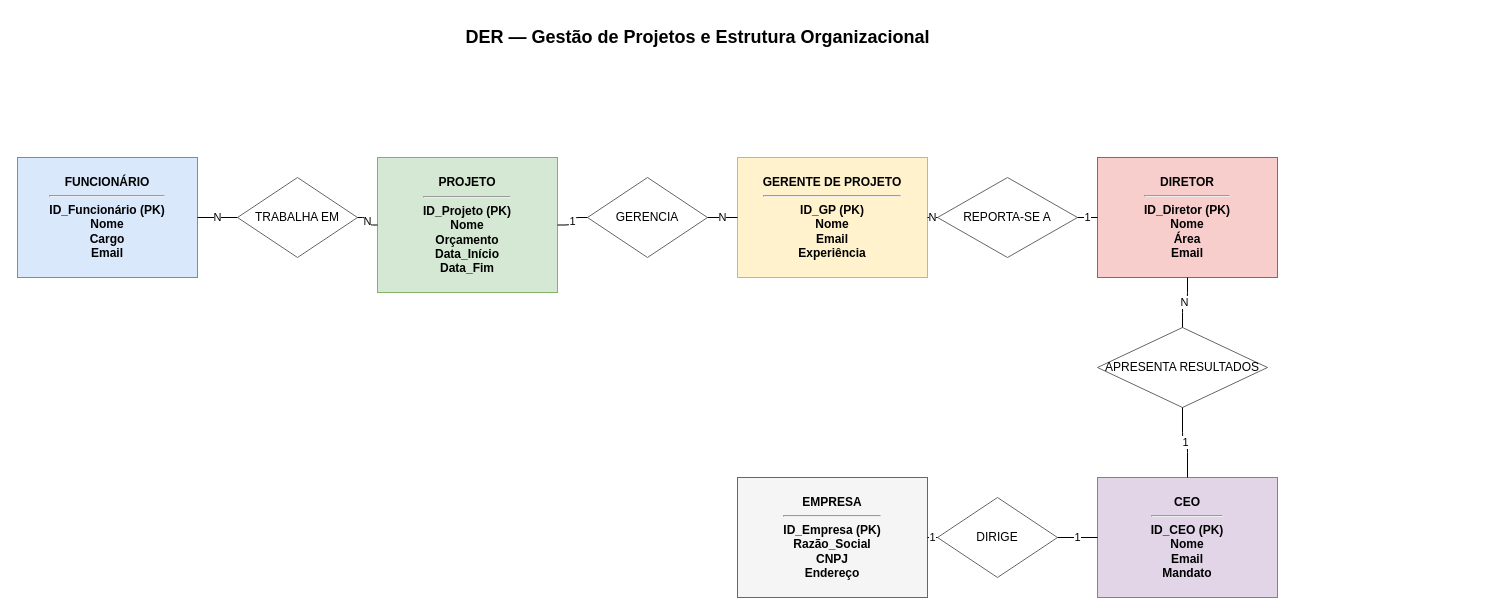
ppfuark/2_IF_ADS keeps this draw.io diagram as DB_26.08_Exer_2.drawio. Above is the earlier version. Source tidied: cells renumbered, new cells numbered last; positions are measured from the earlier drawing's top-left corner, leaving out a move shared by most shapes. Both pictures are drawn from the tidied source at 100%, with x=0, y=0 at pixel (17, 17).
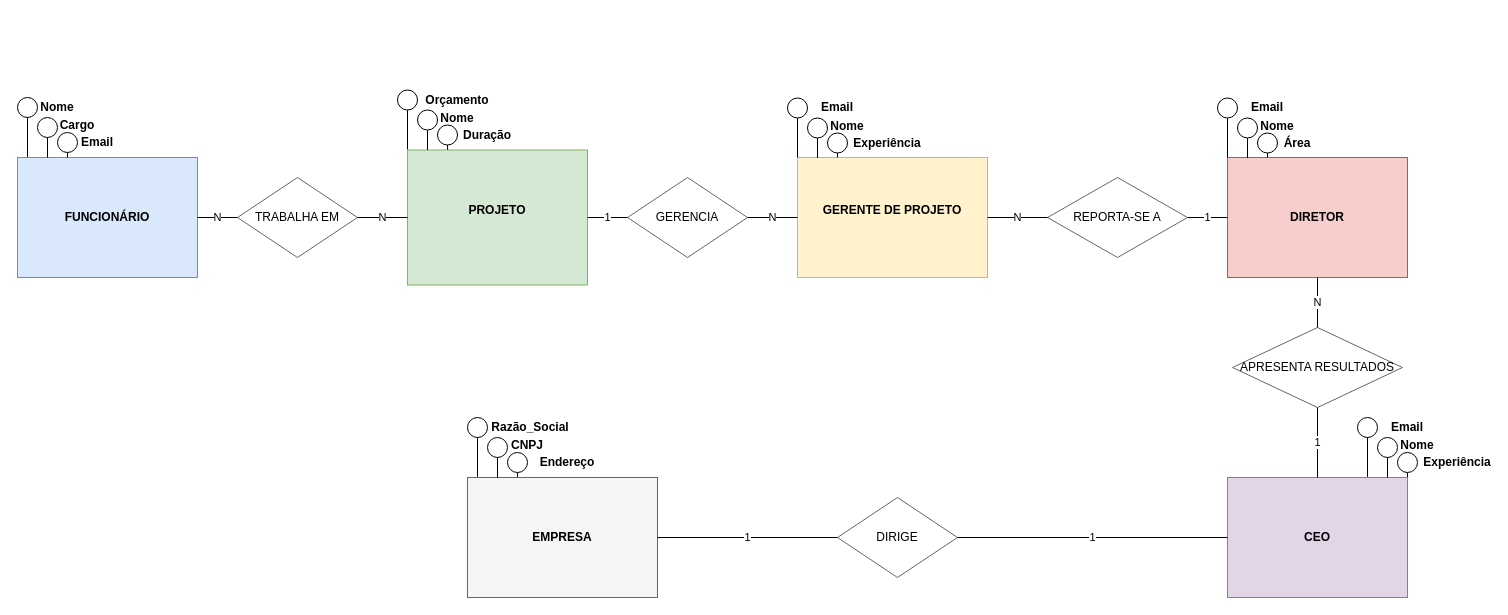
The same diagram, later.

Diff of the diagram source:
```diff
@@
-    <mxCell id="2" value="DER — Gestão de Projetos e Estrutura Organizacional" style="text;html=1;fontStyle=1;fontSize=18;align=center;verticalAlign=middle;" parent="1" vertex="1">
-      <mxGeometry x="180" width="1000" height="40" as="geometry" />
-    </mxCell>
-    <mxCell id="3" value="FUNCIONÁRIO&lt;br&gt;&lt;hr&gt;ID_Funcionário (PK)&lt;br&gt;Nome&lt;br&gt;Cargo&lt;br&gt;Email" style="rounded=0;whiteSpace=wrap;html=1;fillColor=#dae8fc;strokeColor=#6c8ebf;fontStyle=1;" parent="1" vertex="1">
+    <mxCell id="3" value="FUNCIONÁRIO" style="rounded=0;whiteSpace=wrap;html=1;fillColor=#dae8fc;strokeColor=#6c8ebf;fontStyle=1;" parent="1" vertex="1">
       <mxGeometry y="140" width="180" height="120" as="geometry" />
     </mxCell>
-    <mxCell id="4" value="PROJETO&lt;br&gt;&lt;hr&gt;ID_Projeto (PK)&lt;br&gt;Nome&lt;br&gt;Orçamento&lt;br&gt;Data_Início&lt;br&gt;Data_Fim" style="rounded=0;whiteSpace=wrap;html=1;fillColor=#d5e8d4;strokeColor=#82b366;fontStyle=1;" parent="1" vertex="1">
-      <mxGeometry x="360" y="140" width="180" height="135" as="geometry" />
+    <mxCell id="4" value="PROJETO&lt;div&gt;&lt;br/&gt;&lt;/div&gt;" style="rounded=0;whiteSpace=wrap;html=1;fillColor=#d5e8d4;strokeColor=#82b366;fontStyle=1;" parent="1" vertex="1">
+      <mxGeometry x="390" y="132.5" width="180" height="135" as="geometry" />
     </mxCell>
-    <mxCell id="5" value="GERENTE DE PROJETO&lt;br&gt;&lt;hr&gt;ID_GP (PK)&lt;br&gt;Nome&lt;br&gt;Email&lt;br&gt;Experiência" style="rounded=0;whiteSpace=wrap;html=1;fillColor=#fff2cc;strokeColor=#d6b656;fontStyle=1;" parent="1" vertex="1">
-      <mxGeometry x="720" y="140" width="190" height="120" as="geometry" />
+    <mxCell id="5" value="GERENTE DE PROJETO&lt;div&gt;&lt;br/&gt;&lt;/div&gt;" style="rounded=0;whiteSpace=wrap;html=1;fillColor=#fff2cc;strokeColor=#d6b656;fontStyle=1;" parent="1" vertex="1">
+      <mxGeometry x="780" y="140" width="190" height="120" as="geometry" />
     </mxCell>
-    <mxCell id="6" value="DIRETOR&lt;br&gt;&lt;hr&gt;ID_Diretor (PK)&lt;br&gt;Nome&lt;br&gt;Área&lt;br&gt;Email" style="rounded=0;whiteSpace=wrap;html=1;fillColor=#f8cecc;strokeColor=#b85450;fontStyle=1;" parent="1" vertex="1">
-      <mxGeometry x="1080" y="140" width="180" height="120" as="geometry" />
+    <mxCell id="6" value="DIRETOR" style="rounded=0;whiteSpace=wrap;html=1;fillColor=#f8cecc;strokeColor=#b85450;fontStyle=1;" parent="1" vertex="1">
+      <mxGeometry x="1210" y="140" width="180" height="120" as="geometry" />
     </mxCell>
-    <mxCell id="7" value="CEO&lt;br&gt;&lt;hr&gt;ID_CEO (PK)&lt;br&gt;Nome&lt;br&gt;Email&lt;br&gt;Mandato" style="rounded=0;whiteSpace=wrap;html=1;fillColor=#e1d5e7;strokeColor=#9673a6;fontStyle=1;" parent="1" vertex="1">
-      <mxGeometry x="1080" y="460" width="180" height="120" as="geometry" />
+    <mxCell id="7" value="CEO" style="rounded=0;whiteSpace=wrap;html=1;fillColor=#e1d5e7;strokeColor=#9673a6;fontStyle=1;" parent="1" vertex="1">
+      <mxGeometry x="1210" y="460" width="180" height="120" as="geometry" />
     </mxCell>
-    <mxCell id="8" value="EMPRESA&lt;br&gt;&lt;hr&gt;ID_Empresa (PK)&lt;br&gt;Razão_Social&lt;br&gt;CNPJ&lt;br&gt;Endereço" style="rounded=0;whiteSpace=wrap;html=1;fillColor=#f5f5f5;strokeColor=#666666;fontStyle=1;" parent="1" vertex="1">
-      <mxGeometry x="720" y="460" width="190" height="120" as="geometry" />
+    <mxCell id="8" value="EMPRESA" style="rounded=0;whiteSpace=wrap;html=1;fillColor=#f5f5f5;strokeColor=#666666;fontStyle=1;" parent="1" vertex="1">
+      <mxGeometry x="450" y="460" width="190" height="120" as="geometry" />
     </mxCell>
@@
     <mxCell id="10" value="GERENCIA" style="rhombus;whiteSpace=wrap;html=1;fillColor=#ffffff;strokeColor=#666666;" parent="1" vertex="1">
-      <mxGeometry x="570" y="160" width="120" height="80" as="geometry" />
+      <mxGeometry x="610" y="160" width="120" height="80" as="geometry" />
     </mxCell>
     <mxCell id="11" value="REPORTA-SE A" style="rhombus;whiteSpace=wrap;html=1;fillColor=#ffffff;strokeColor=#666666;" parent="1" vertex="1">
-      <mxGeometry x="920" y="160" width="140" height="80" as="geometry" />
+      <mxGeometry x="1030" y="160" width="140" height="80" as="geometry" />
     </mxCell>
     <mxCell id="12" value="APRESENTA RESULTADOS" style="rhombus;whiteSpace=wrap;html=1;fillColor=#ffffff;strokeColor=#666666;" parent="1" vertex="1">
-      <mxGeometry x="1080" y="310" width="170" height="80" as="geometry" />
+      <mxGeometry x="1215" y="310" width="170" height="80" as="geometry" />
     </mxCell>
     <mxCell id="13" value="DIRIGE" style="rhombus;whiteSpace=wrap;html=1;fillColor=#ffffff;strokeColor=#666666;" parent="1" vertex="1">
-      <mxGeometry x="920" y="480" width="120" height="80" as="geometry" />
+      <mxGeometry x="820" y="480" width="120" height="80" as="geometry" />
     </mxCell>
@@
+    <mxCell id="24" value="&lt;div&gt;&lt;br/&gt;&lt;/div&gt;" style="ellipse;whiteSpace=wrap;html=1;shapeInside=1;" parent="1" vertex="1">
+      <mxGeometry y="80" width="20" height="20" as="geometry" />
+    </mxCell>
+    <mxCell id="25" style="endArrow=none;html=1;rounded=0;entryX=0.5;entryY=1;entryDx=0;entryDy=0;" parent="1" edge="1" target="24">
+      <mxGeometry relative="1" as="geometry">
+        <mxPoint x="10" y="139.4" as="sourcePoint" />
+      </mxGeometry>
+    </mxCell>
+    <mxCell id="26" value="&lt;span style=&quot;font-weight: 700;&quot;&gt;Nome&lt;/span&gt;" style="text;html=1;whiteSpace=wrap;strokeColor=none;fillColor=none;align=center;verticalAlign=middle;rounded=0;" parent="1" vertex="1">
+      <mxGeometry x="10" y="75" width="60" height="30" as="geometry" />
+    </mxCell>
+    <mxCell id="27" value="&lt;div&gt;&lt;br/&gt;&lt;/div&gt;" style="ellipse;whiteSpace=wrap;html=1;shapeInside=1;" parent="1" vertex="1">
+      <mxGeometry x="20" y="100" width="20" height="20" as="geometry" />
+    </mxCell>
+    <mxCell id="28" style="endArrow=none;html=1;rounded=0;entryX=0.5;entryY=1;entryDx=0;entryDy=0;" parent="1" edge="1" target="27">
+      <mxGeometry relative="1" as="geometry">
+        <mxPoint x="30" y="140" as="sourcePoint" />
+      </mxGeometry>
+    </mxCell>
+    <mxCell id="29" value="&lt;span style=&quot;font-weight: 700;&quot;&gt;Cargo&lt;/span&gt;" style="text;html=1;whiteSpace=wrap;strokeColor=none;fillColor=none;align=center;verticalAlign=middle;rounded=0;" parent="1" vertex="1">
+      <mxGeometry x="30" y="93" width="60" height="30" as="geometry" />
+    </mxCell>
+    <mxCell id="30" value="&lt;span style=&quot;font-weight: 700;&quot;&gt;Email&lt;/span&gt;" style="text;html=1;whiteSpace=wrap;strokeColor=none;fillColor=none;align=center;verticalAlign=middle;rounded=0;" parent="1" vertex="1">
+      <mxGeometry x="50" y="110" width="60" height="30" as="geometry" />
+    </mxCell>
+    <mxCell id="31" value="&lt;div&gt;&lt;br/&gt;&lt;/div&gt;" style="ellipse;whiteSpace=wrap;html=1;shapeInside=1;" parent="1" vertex="1">
+      <mxGeometry x="40" y="115" width="20" height="20" as="geometry" />
+    </mxCell>
+    <mxCell id="32" style="endArrow=none;html=1;rounded=0;entryX=0.5;entryY=1;entryDx=0;entryDy=0;exitX=0;exitY=1;exitDx=0;exitDy=0;" parent="1" edge="1" source="30" target="31">
+      <mxGeometry relative="1" as="geometry" />
+    </mxCell>
+    <mxCell id="33" value="&lt;div&gt;&lt;br/&gt;&lt;/div&gt;" style="ellipse;whiteSpace=wrap;html=1;shapeInside=1;" parent="1" vertex="1">
+      <mxGeometry x="380" y="72.5" width="20" height="20" as="geometry" />
+    </mxCell>
+    <mxCell id="34" style="endArrow=none;html=1;rounded=0;entryX=0.5;entryY=1;entryDx=0;entryDy=0;" parent="1" edge="1" target="33">
+      <mxGeometry relative="1" as="geometry">
+        <mxPoint x="390" y="131.9" as="sourcePoint" />
+      </mxGeometry>
+    </mxCell>
+    <mxCell id="35" value="&lt;span style=&quot;font-weight: 700;&quot;&gt;Orçamento&lt;/span&gt;" style="text;html=1;whiteSpace=wrap;strokeColor=none;fillColor=none;align=center;verticalAlign=middle;rounded=0;" parent="1" vertex="1">
+      <mxGeometry x="410" y="67.5" width="60" height="30" as="geometry" />
+    </mxCell>
+    <mxCell id="36" value="&lt;div&gt;&lt;br/&gt;&lt;/div&gt;" style="ellipse;whiteSpace=wrap;html=1;shapeInside=1;" parent="1" vertex="1">
+      <mxGeometry x="400" y="92.5" width="20" height="20" as="geometry" />
+    </mxCell>
+    <mxCell id="37" style="endArrow=none;html=1;rounded=0;entryX=0.5;entryY=1;entryDx=0;entryDy=0;" parent="1" edge="1" target="36">
+      <mxGeometry relative="1" as="geometry">
+        <mxPoint x="410" y="132.5" as="sourcePoint" />
+      </mxGeometry>
+    </mxCell>
+    <mxCell id="38" value="&lt;span style=&quot;font-weight: 700;&quot;&gt;Nome&lt;/span&gt;" style="text;html=1;whiteSpace=wrap;strokeColor=none;fillColor=none;align=center;verticalAlign=middle;rounded=0;" parent="1" vertex="1">
+      <mxGeometry x="410" y="85.5" width="60" height="30" as="geometry" />
+    </mxCell>
+    <mxCell id="39" value="&lt;span style=&quot;font-weight: 700;&quot;&gt;Duração&lt;/span&gt;" style="text;html=1;whiteSpace=wrap;strokeColor=none;fillColor=none;align=center;verticalAlign=middle;rounded=0;" parent="1" vertex="1">
+      <mxGeometry x="440" y="102.5" width="60" height="30" as="geometry" />
+    </mxCell>
+    <mxCell id="40" value="&lt;div&gt;&lt;br/&gt;&lt;/div&gt;" style="ellipse;whiteSpace=wrap;html=1;shapeInside=1;" parent="1" vertex="1">
+      <mxGeometry x="420" y="107.5" width="20" height="20" as="geometry" />
+    </mxCell>
+    <mxCell id="41" style="endArrow=none;html=1;rounded=0;entryX=0.5;entryY=1;entryDx=0;entryDy=0;exitX=0.223;exitY=-0.001;exitDx=0;exitDy=0;exitPerimeter=0;" parent="1" edge="1" source="4" target="40">
+      <mxGeometry relative="1" as="geometry" />
+    </mxCell>
+    <mxCell id="42" value="&lt;div&gt;&lt;br/&gt;&lt;/div&gt;" style="ellipse;whiteSpace=wrap;html=1;shapeInside=1;" parent="1" vertex="1">
+      <mxGeometry x="770" y="80.5" width="20" height="20" as="geometry" />
+    </mxCell>
+    <mxCell id="43" style="endArrow=none;html=1;rounded=0;entryX=0.5;entryY=1;entryDx=0;entryDy=0;" parent="1" edge="1" target="42">
+      <mxGeometry relative="1" as="geometry">
+        <mxPoint x="780" y="139.9" as="sourcePoint" />
+      </mxGeometry>
+    </mxCell>
+    <mxCell id="44" value="&lt;span style=&quot;font-weight: 700;&quot;&gt;Email&lt;/span&gt;" style="text;html=1;whiteSpace=wrap;strokeColor=none;fillColor=none;align=center;verticalAlign=middle;rounded=0;" parent="1" vertex="1">
+      <mxGeometry x="790" y="75" width="60" height="30" as="geometry" />
+    </mxCell>
+    <mxCell id="45" value="&lt;div&gt;&lt;br/&gt;&lt;/div&gt;" style="ellipse;whiteSpace=wrap;html=1;shapeInside=1;" parent="1" vertex="1">
+      <mxGeometry x="790" y="100.5" width="20" height="20" as="geometry" />
+    </mxCell>
+    <mxCell id="46" style="endArrow=none;html=1;rounded=0;entryX=0.5;entryY=1;entryDx=0;entryDy=0;" parent="1" edge="1" target="45">
+      <mxGeometry relative="1" as="geometry">
+        <mxPoint x="800" y="140.5" as="sourcePoint" />
+      </mxGeometry>
+    </mxCell>
+    <mxCell id="47" value="&lt;span style=&quot;font-weight: 700;&quot;&gt;Nome&lt;/span&gt;" style="text;html=1;whiteSpace=wrap;strokeColor=none;fillColor=none;align=center;verticalAlign=middle;rounded=0;" parent="1" vertex="1">
+      <mxGeometry x="800" y="93.5" width="60" height="30" as="geometry" />
+    </mxCell>
+    <mxCell id="48" value="&lt;span style=&quot;font-weight: 700;&quot;&gt;Experiência&lt;/span&gt;" style="text;html=1;whiteSpace=wrap;strokeColor=none;fillColor=none;align=center;verticalAlign=middle;rounded=0;" parent="1" vertex="1">
+      <mxGeometry x="840" y="110.5" width="60" height="30" as="geometry" />
+    </mxCell>
+    <mxCell id="49" value="&lt;div&gt;&lt;br/&gt;&lt;/div&gt;" style="ellipse;whiteSpace=wrap;html=1;shapeInside=1;" parent="1" vertex="1">
+      <mxGeometry x="810" y="115.5" width="20" height="20" as="geometry" />
+    </mxCell>
+    <mxCell id="50" style="endArrow=none;html=1;rounded=0;entryX=0.5;entryY=1;entryDx=0;entryDy=0;exitX=0.223;exitY=-0.001;exitDx=0;exitDy=0;exitPerimeter=0;" parent="1" edge="1" target="49">
+      <mxGeometry relative="1" as="geometry">
+        <mxPoint x="820" y="140" as="sourcePoint" />
+      </mxGeometry>
+    </mxCell>
+    <mxCell id="51" value="&lt;div&gt;&lt;br/&gt;&lt;/div&gt;" style="ellipse;whiteSpace=wrap;html=1;shapeInside=1;" parent="1" vertex="1">
+      <mxGeometry x="1200" y="80.5" width="20" height="20" as="geometry" />
+    </mxCell>
+    <mxCell id="52" style="endArrow=none;html=1;rounded=0;entryX=0.5;entryY=1;entryDx=0;entryDy=0;" parent="1" edge="1" target="51">
+      <mxGeometry relative="1" as="geometry">
+        <mxPoint x="1210" y="139.9" as="sourcePoint" />
+      </mxGeometry>
+    </mxCell>
+    <mxCell id="53" value="&lt;span style=&quot;font-weight: 700;&quot;&gt;Email&lt;/span&gt;" style="text;html=1;whiteSpace=wrap;strokeColor=none;fillColor=none;align=center;verticalAlign=middle;rounded=0;" parent="1" vertex="1">
+      <mxGeometry x="1220" y="75" width="60" height="30" as="geometry" />
+    </mxCell>
+    <mxCell id="54" value="&lt;div&gt;&lt;br/&gt;&lt;/div&gt;" style="ellipse;whiteSpace=wrap;html=1;shapeInside=1;" parent="1" vertex="1">
+      <mxGeometry x="1220" y="100.5" width="20" height="20" as="geometry" />
+    </mxCell>
+    <mxCell id="55" style="endArrow=none;html=1;rounded=0;entryX=0.5;entryY=1;entryDx=0;entryDy=0;" parent="1" edge="1" target="54">
+      <mxGeometry relative="1" as="geometry">
+        <mxPoint x="1230" y="140.5" as="sourcePoint" />
+      </mxGeometry>
+    </mxCell>
+    <mxCell id="56" value="&lt;span style=&quot;font-weight: 700;&quot;&gt;Nome&lt;/span&gt;" style="text;html=1;whiteSpace=wrap;strokeColor=none;fillColor=none;align=center;verticalAlign=middle;rounded=0;" parent="1" vertex="1">
+      <mxGeometry x="1230" y="93.5" width="60" height="30" as="geometry" />
+    </mxCell>
+    <mxCell id="57" value="&lt;span style=&quot;font-weight: 700;&quot;&gt;Área&lt;/span&gt;" style="text;html=1;whiteSpace=wrap;strokeColor=none;fillColor=none;align=center;verticalAlign=middle;rounded=0;" parent="1" vertex="1">
+      <mxGeometry x="1250" y="110.5" width="60" height="30" as="geometry" />
+    </mxCell>
+    <mxCell id="58" value="&lt;div&gt;&lt;br/&gt;&lt;/div&gt;" style="ellipse;whiteSpace=wrap;html=1;shapeInside=1;" parent="1" vertex="1">
+      <mxGeometry x="1240" y="115.5" width="20" height="20" as="geometry" />
+    </mxCell>
+    <mxCell id="59" style="endArrow=none;html=1;rounded=0;entryX=0.5;entryY=1;entryDx=0;entryDy=0;exitX=0.223;exitY=-0.001;exitDx=0;exitDy=0;exitPerimeter=0;" parent="1" edge="1" target="58">
+      <mxGeometry relative="1" as="geometry">
+        <mxPoint x="1250" y="140" as="sourcePoint" />
+      </mxGeometry>
+    </mxCell>
+    <mxCell id="60" value="&lt;div&gt;&lt;br/&gt;&lt;/div&gt;" style="ellipse;whiteSpace=wrap;html=1;shapeInside=1;" parent="1" vertex="1">
+      <mxGeometry x="1340" y="400" width="20" height="20" as="geometry" />
+    </mxCell>
+    <mxCell id="61" style="endArrow=none;html=1;rounded=0;entryX=0.5;entryY=1;entryDx=0;entryDy=0;" parent="1" edge="1" target="60">
+      <mxGeometry relative="1" as="geometry">
+        <mxPoint x="1350" y="459.4" as="sourcePoint" />
+      </mxGeometry>
+    </mxCell>
+    <mxCell id="62" value="&lt;span style=&quot;font-weight: 700;&quot;&gt;Email&lt;/span&gt;" style="text;html=1;whiteSpace=wrap;strokeColor=none;fillColor=none;align=center;verticalAlign=middle;rounded=0;" parent="1" vertex="1">
+      <mxGeometry x="1360" y="394.5" width="60" height="30" as="geometry" />
+    </mxCell>
+    <mxCell id="63" value="&lt;div&gt;&lt;br/&gt;&lt;/div&gt;" style="ellipse;whiteSpace=wrap;html=1;shapeInside=1;" parent="1" vertex="1">
+      <mxGeometry x="1360" y="420" width="20" height="20" as="geometry" />
+    </mxCell>
+    <mxCell id="64" style="endArrow=none;html=1;rounded=0;entryX=0.5;entryY=1;entryDx=0;entryDy=0;" parent="1" edge="1" target="63">
+      <mxGeometry relative="1" as="geometry">
+        <mxPoint x="1370" y="460" as="sourcePoint" />
+      </mxGeometry>
+    </mxCell>
+    <mxCell id="65" value="&lt;span style=&quot;font-weight: 700;&quot;&gt;Nome&lt;/span&gt;" style="text;html=1;whiteSpace=wrap;strokeColor=none;fillColor=none;align=center;verticalAlign=middle;rounded=0;" parent="1" vertex="1">
+      <mxGeometry x="1370" y="413" width="60" height="30" as="geometry" />
+    </mxCell>
+    <mxCell id="66" value="&lt;span style=&quot;font-weight: 700;&quot;&gt;Experiência&lt;/span&gt;" style="text;html=1;whiteSpace=wrap;strokeColor=none;fillColor=none;align=center;verticalAlign=middle;rounded=0;" parent="1" vertex="1">
+      <mxGeometry x="1410" y="430" width="60" height="30" as="geometry" />
+    </mxCell>
+    <mxCell id="67" value="&lt;div&gt;&lt;br/&gt;&lt;/div&gt;" style="ellipse;whiteSpace=wrap;html=1;shapeInside=1;" parent="1" vertex="1">
+      <mxGeometry x="1380" y="435" width="20" height="20" as="geometry" />
+    </mxCell>
+    <mxCell id="68" style="endArrow=none;html=1;rounded=0;entryX=0.5;entryY=1;entryDx=0;entryDy=0;exitX=0.223;exitY=-0.001;exitDx=0;exitDy=0;exitPerimeter=0;" parent="1" edge="1" target="67">
+      <mxGeometry relative="1" as="geometry">
+        <mxPoint x="1390" y="459.5" as="sourcePoint" />
+      </mxGeometry>
+    </mxCell>
+    <mxCell id="69" value="&lt;div&gt;&lt;br/&gt;&lt;/div&gt;" style="ellipse;whiteSpace=wrap;html=1;shapeInside=1;" parent="1" vertex="1">
+      <mxGeometry x="450" y="400" width="20" height="20" as="geometry" />
+    </mxCell>
+    <mxCell id="70" style="endArrow=none;html=1;rounded=0;entryX=0.5;entryY=1;entryDx=0;entryDy=0;" parent="1" edge="1" target="69">
+      <mxGeometry relative="1" as="geometry">
+        <mxPoint x="460" y="459.4" as="sourcePoint" />
+      </mxGeometry>
+    </mxCell>
+    <mxCell id="71" value="&lt;span style=&quot;font-weight: 700;&quot;&gt;Razão_Social&lt;/span&gt;" style="text;html=1;whiteSpace=wrap;strokeColor=none;fillColor=none;align=center;verticalAlign=middle;rounded=0;" parent="1" vertex="1">
+      <mxGeometry x="483" y="394.5" width="60" height="30" as="geometry" />
+    </mxCell>
+    <mxCell id="72" value="&lt;div&gt;&lt;br/&gt;&lt;/div&gt;" style="ellipse;whiteSpace=wrap;html=1;shapeInside=1;" parent="1" vertex="1">
+      <mxGeometry x="470" y="420" width="20" height="20" as="geometry" />
+    </mxCell>
+    <mxCell id="73" style="endArrow=none;html=1;rounded=0;entryX=0.5;entryY=1;entryDx=0;entryDy=0;" parent="1" edge="1" target="72">
+      <mxGeometry relative="1" as="geometry">
+        <mxPoint x="480" y="460" as="sourcePoint" />
+      </mxGeometry>
+    </mxCell>
+    <mxCell id="74" value="&lt;span style=&quot;font-weight: 700;&quot;&gt;CNPJ&lt;/span&gt;" style="text;html=1;whiteSpace=wrap;strokeColor=none;fillColor=none;align=center;verticalAlign=middle;rounded=0;" parent="1" vertex="1">
+      <mxGeometry x="480" y="413" width="60" height="30" as="geometry" />
+    </mxCell>
+    <mxCell id="75" value="&lt;span style=&quot;font-weight: 700;&quot;&gt;Endereço&lt;/span&gt;" style="text;html=1;whiteSpace=wrap;strokeColor=none;fillColor=none;align=center;verticalAlign=middle;rounded=0;" parent="1" vertex="1">
+      <mxGeometry x="520" y="430" width="60" height="30" as="geometry" />
+    </mxCell>
+    <mxCell id="76" value="&lt;div&gt;&lt;br/&gt;&lt;/div&gt;" style="ellipse;whiteSpace=wrap;html=1;shapeInside=1;" parent="1" vertex="1">
+      <mxGeometry x="490" y="435" width="20" height="20" as="geometry" />
+    </mxCell>
+    <mxCell id="77" style="endArrow=none;html=1;rounded=0;entryX=0.5;entryY=1;entryDx=0;entryDy=0;exitX=0.223;exitY=-0.001;exitDx=0;exitDy=0;exitPerimeter=0;" parent="1" edge="1" target="76">
+      <mxGeometry relative="1" as="geometry">
+        <mxPoint x="500" y="459.5" as="sourcePoint" />
+      </mxGeometry>
+    </mxCell>
```
